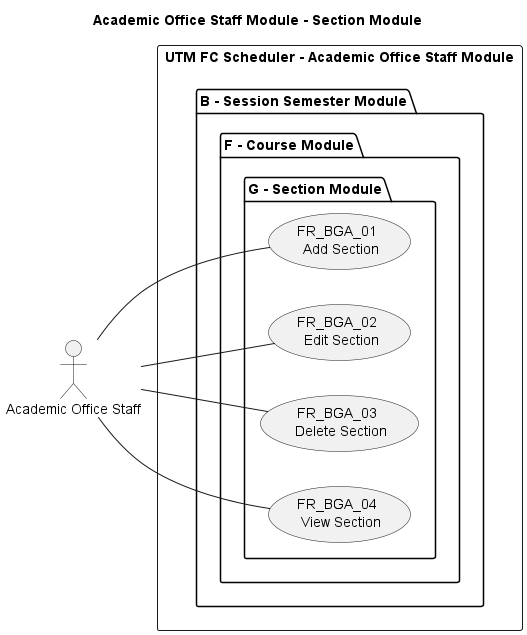
Before: diagrams/use-case/academic-office-staff/Section Module/Academic Office Staff Module - Section Module.png, a diagram exported from PlantUML (AdmiJW/UTM-FC-Scheduler-UML). Source of this version:
```plantuml
@startuml Academic Office Staff Module - Section Module

title Academic Office Staff Module - Section Module
left to right direction



"Academic Office Staff" as AOS

rectangle "UTM FC Scheduler - Academic Office Staff Module" {
package "B - Session Semester Module" {
    package "F - Course Module" {
        package "G - Section Module" {
            usecase (FR_BGA_01 \n Add Section) as FR_BGA_01
            usecase (FR_BGA_02 \n Edit Section) as FR_BGA_02
            usecase (FR_BGA_03 \n Delete Section) as FR_BGA_03
            usecase (FR_BGA_04 \n View Section) as FR_BGA_04
        }
    }
}
}

AOS -- FR_BGA_01
AOS -- FR_BGA_02
AOS -- FR_BGA_03
AOS -- FR_BGA_04
@enduml
```
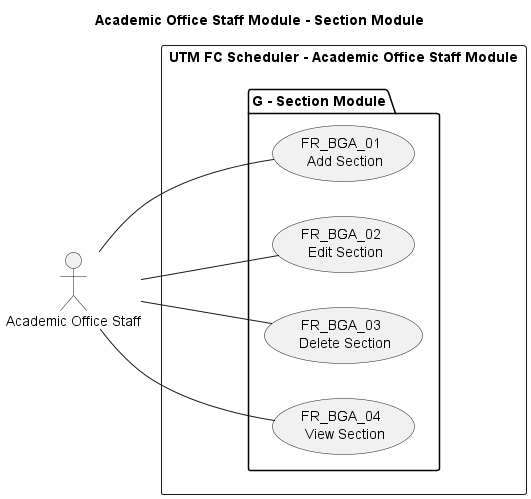
Above is the later version.

Diff of the diagram source:
```diff
@@ -8,16 +8,12 @@
 "Academic Office Staff" as AOS
 
 rectangle "UTM FC Scheduler - Academic Office Staff Module" {
-package "B - Session Semester Module" {
-    package "F - Course Module" {
-        package "G - Section Module" {
-            usecase (FR_BGA_01 \n Add Section) as FR_BGA_01
-            usecase (FR_BGA_02 \n Edit Section) as FR_BGA_02
-            usecase (FR_BGA_03 \n Delete Section) as FR_BGA_03
-            usecase (FR_BGA_04 \n View Section) as FR_BGA_04
-        }
+    package "G - Section Module" {
+        usecase (FR_BGA_01 \n Add Section) as FR_BGA_01
+        usecase (FR_BGA_02 \n Edit Section) as FR_BGA_02
+        usecase (FR_BGA_03 \n Delete Section) as FR_BGA_03
+        usecase (FR_BGA_04 \n View Section) as FR_BGA_04
     }
-}
 }
 
 AOS -- FR_BGA_01
```
